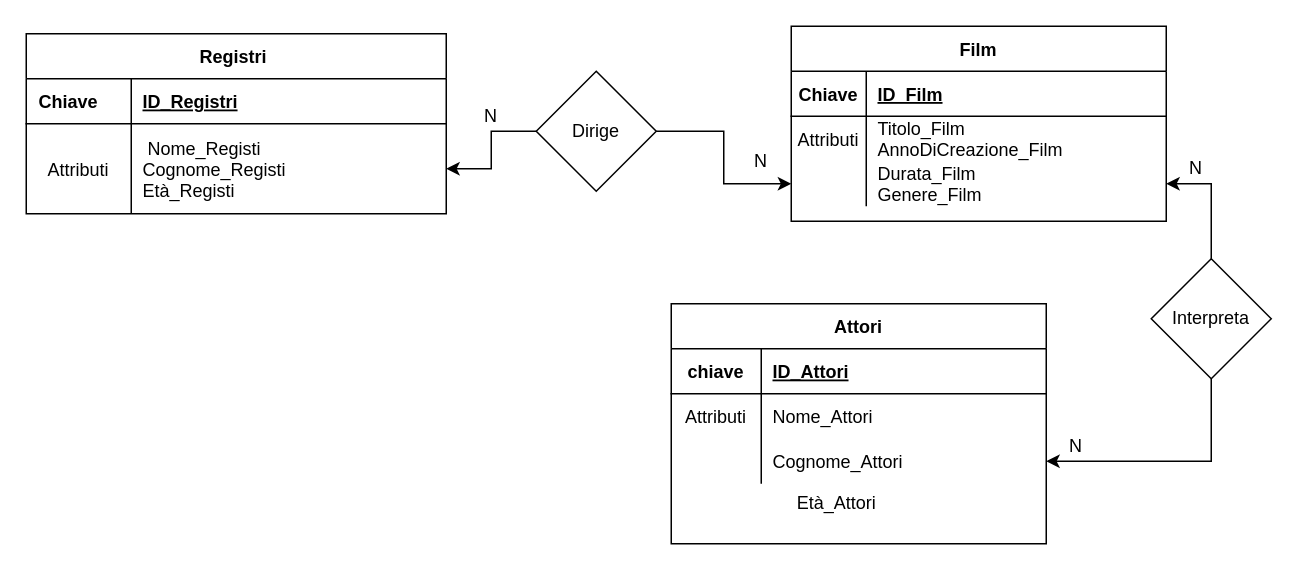
Earlier version of the draw.io diagram Diagramma senza titolo.drawio (FrancescoPriori/Es4Pag470). Source tidied: cells renumbered, new cells numbered last; positions are measured from the earlier drawing's top-left corner, leaving out a move shared by most shapes. Both pictures are drawn from the tidied source at 150%, with x=0, y=0 at pixel (26, 26).
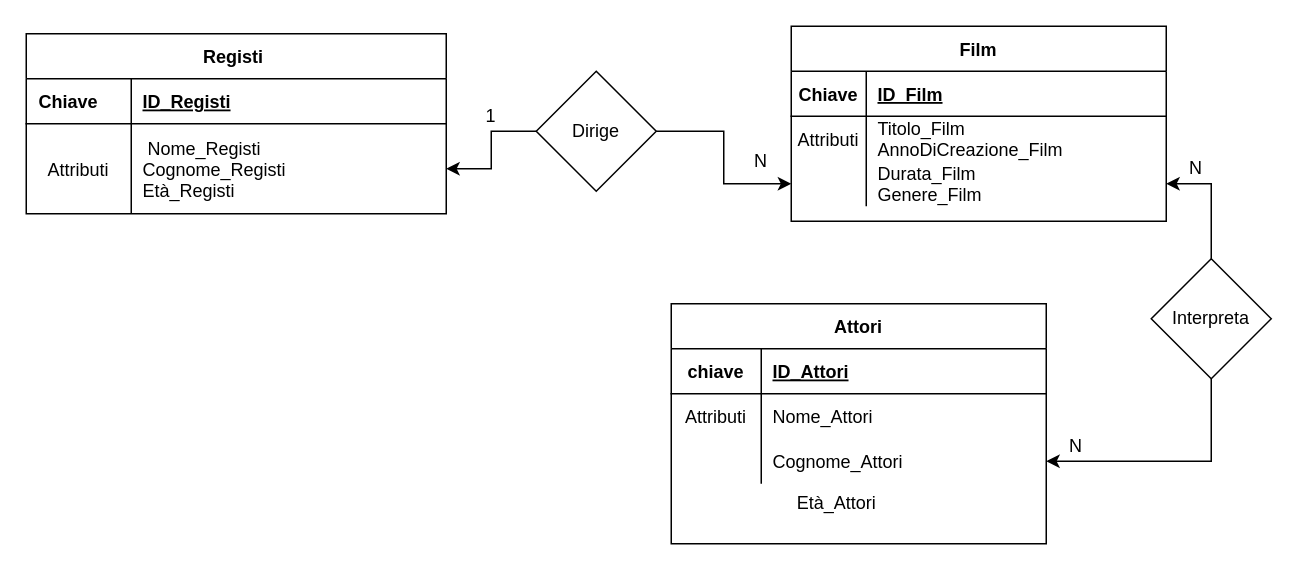
The same diagram, later.

The change refers to these unchanged cells:
```xml
<mxCell id="23" style="shape=partialRectangle;fillColor=none;top=0;left=0;right=0;bottom=1;" parent="22" vertex="1">
  <mxGeometry y="30" width="280" height="30" as="geometry" />
</mxCell>
```

Change to the diagram source:
```diff
@@
-    <mxCell id="22" value="Registri " style="shape=table;startSize=30;childLayout=tableLayout;rowLines=0;fontStyle=1;align=center;" parent="1" vertex="1">
+    <mxCell id="22" value="Registi " style="shape=table;startSize=30;childLayout=tableLayout;rowLines=0;fontStyle=1;align=center;" parent="1" vertex="1">
       <mxGeometry y="5" width="280" height="120" as="geometry" />
     </mxCell>
@@
-    <mxCell id="25" value="ID_Registri" style="shape=partialRectangle;overflow=hidden;fillColor=none;top=0;left=0;bottom=0;right=0;align=left;spacingLeft=6;fontStyle=5;" parent="23" vertex="1">
+    <mxCell id="25" value="ID_Registi" style="shape=partialRectangle;overflow=hidden;fillColor=none;top=0;left=0;bottom=0;right=0;align=left;spacingLeft=6;fontStyle=5;" parent="23" vertex="1">
       <mxGeometry x="70" width="210" height="30" as="geometry" />
     </mxCell>
@@
-    <mxCell id="39" value="N" style="text;html=1;strokeColor=none;fillColor=none;align=center;verticalAlign=middle;whiteSpace=wrap;rounded=0;" parent="1" vertex="1">
+    <mxCell id="39" value="1" style="text;html=1;strokeColor=none;fillColor=none;align=center;verticalAlign=middle;whiteSpace=wrap;rounded=0;" parent="1" vertex="1">
       <mxGeometry x="280" y="45" width="60" height="30" as="geometry" />
     </mxCell>
```
